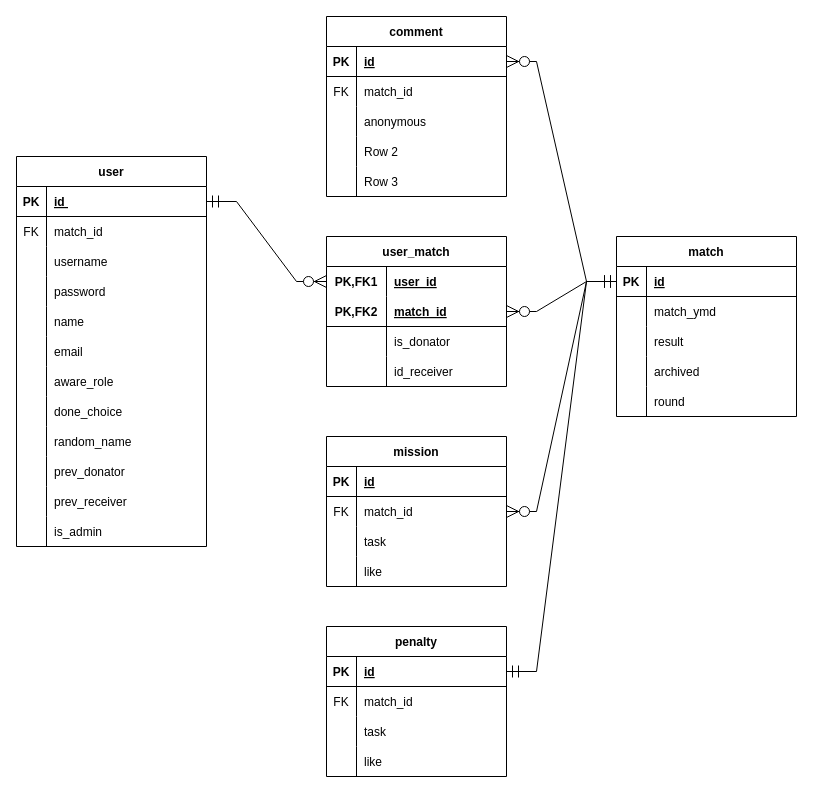
Before: src/main/resources/schema.drawio in kwan9069/manitto, a draw.io diagram. Source tidied: cells renumbered, new cells numbered last; positions are measured from the earlier drawing's top-left corner, leaving out a move shared by most shapes. Both pictures are drawn from the tidied source at 100%, with x=0, y=0 at pixel (16, 16).
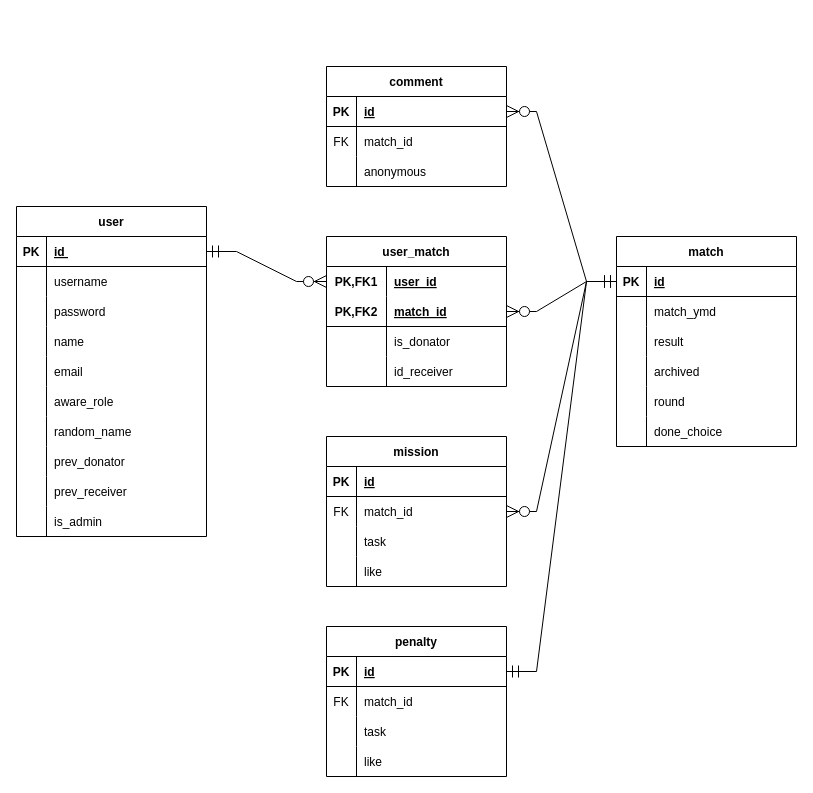
The same page after the edit.

The edit, as a diff of the source:
```diff
@@
     <mxCell id="2" value="user" style="shape=table;startSize=30;childLayout=tableLayout;rowLines=0;fontStyle=1;align=center;" parent="1" vertex="1">
-      <mxGeometry y="140" width="190" height="390" as="geometry" />
+      <mxGeometry y="190" width="190" height="330" as="geometry" />
     </mxCell>
@@
-    <mxCell id="6" style="shape=tableRow;horizontal=0;startSize=0;swimlaneHead=0;swimlaneBody=0;fillColor=none;top=0;left=0;right=0;bottom=0;" parent="2" vertex="1">
-      <mxGeometry y="60" width="190" height="30" as="geometry" />
-    </mxCell>
-    <mxCell id="7" value="FK" style="shape=partialRectangle;fillColor=none;top=0;left=0;bottom=0;right=0;overflow=hidden;" parent="6" vertex="1">
-      <mxGeometry width="30" height="30" as="geometry" />
-    </mxCell>
-    <mxCell id="8" value="match_id" style="shape=partialRectangle;fillColor=none;top=0;left=0;bottom=0;right=0;align=left;spacingLeft=6;overflow=hidden;" parent="6" vertex="1">
-      <mxGeometry x="30" width="160" height="30" as="geometry" />
-    </mxCell>
     <mxCell id="9" style="shape=tableRow;horizontal=0;startSize=0;swimlaneHead=0;swimlaneBody=0;fillColor=none;top=0;left=0;right=0;bottom=0;" parent="2" vertex="1">
-      <mxGeometry y="90" width="190" height="30" as="geometry" />
+      <mxGeometry y="60" width="190" height="30" as="geometry" />
     </mxCell>
@@
     <mxCell id="12" style="shape=tableRow;horizontal=0;startSize=0;swimlaneHead=0;swimlaneBody=0;fillColor=none;top=0;left=0;right=0;bottom=0;" parent="2" vertex="1">
-      <mxGeometry y="120" width="190" height="30" as="geometry" />
+      <mxGeometry y="90" width="190" height="30" as="geometry" />
     </mxCell>
@@
     <mxCell id="15" style="shape=tableRow;horizontal=0;startSize=0;swimlaneHead=0;swimlaneBody=0;fillColor=none;top=0;left=0;right=0;bottom=0;" parent="2" vertex="1">
-      <mxGeometry y="150" width="190" height="30" as="geometry" />
+      <mxGeometry y="120" width="190" height="30" as="geometry" />
     </mxCell>
@@
     <mxCell id="18" style="shape=tableRow;horizontal=0;startSize=0;swimlaneHead=0;swimlaneBody=0;fillColor=none;top=0;left=0;right=0;bottom=0;" parent="2" vertex="1">
-      <mxGeometry y="180" width="190" height="30" as="geometry" />
+      <mxGeometry y="150" width="190" height="30" as="geometry" />
     </mxCell>
@@
     <mxCell id="21" style="shape=tableRow;horizontal=0;startSize=0;swimlaneHead=0;swimlaneBody=0;fillColor=none;top=0;left=0;right=0;bottom=0;" parent="2" vertex="1">
-      <mxGeometry y="210" width="190" height="30" as="geometry" />
+      <mxGeometry y="180" width="190" height="30" as="geometry" />
     </mxCell>
@@
-    <mxCell id="24" style="shape=tableRow;horizontal=0;startSize=0;swimlaneHead=0;swimlaneBody=0;fillColor=none;top=0;left=0;right=0;bottom=0;" parent="2" vertex="1">
-      <mxGeometry y="240" width="190" height="30" as="geometry" />
-    </mxCell>
-    <mxCell id="25" style="shape=partialRectangle;fillColor=none;top=0;left=0;bottom=0;right=0;overflow=hidden;" parent="24" vertex="1">
-      <mxGeometry width="30" height="30" as="geometry" />
-    </mxCell>
-    <mxCell id="26" value="done_choice" style="shape=partialRectangle;fillColor=none;top=0;left=0;bottom=0;right=0;align=left;spacingLeft=6;overflow=hidden;" parent="24" vertex="1">
-      <mxGeometry x="30" width="160" height="30" as="geometry" />
-    </mxCell>
     <mxCell id="27" style="shape=tableRow;horizontal=0;startSize=0;swimlaneHead=0;swimlaneBody=0;fillColor=none;top=0;left=0;right=0;bottom=0;" parent="2" vertex="1">
-      <mxGeometry y="270" width="190" height="30" as="geometry" />
+      <mxGeometry y="210" width="190" height="30" as="geometry" />
     </mxCell>
@@
     <mxCell id="30" style="shape=tableRow;horizontal=0;startSize=0;swimlaneHead=0;swimlaneBody=0;fillColor=none;top=0;left=0;right=0;bottom=0;" parent="2" vertex="1">
-      <mxGeometry y="300" width="190" height="30" as="geometry" />
+      <mxGeometry y="240" width="190" height="30" as="geometry" />
     </mxCell>
@@
     <mxCell id="33" style="shape=tableRow;horizontal=0;startSize=0;swimlaneHead=0;swimlaneBody=0;fillColor=none;top=0;left=0;right=0;bottom=0;" parent="2" vertex="1">
-      <mxGeometry y="330" width="190" height="30" as="geometry" />
+      <mxGeometry y="270" width="190" height="30" as="geometry" />
     </mxCell>
@@
     <mxCell id="36" style="shape=tableRow;horizontal=0;startSize=0;swimlaneHead=0;swimlaneBody=0;fillColor=none;top=0;left=0;right=0;bottom=0;" parent="2" vertex="1">
-      <mxGeometry y="360" width="190" height="30" as="geometry" />
+      <mxGeometry y="300" width="190" height="30" as="geometry" />
     </mxCell>
@@
     <mxCell id="39" value="match" style="shape=table;startSize=30;childLayout=tableLayout;rowLines=0;fontStyle=1;align=center;" parent="1" vertex="1">
-      <mxGeometry x="600" y="220" width="180" height="180" as="geometry" />
+      <mxGeometry x="600" y="220" width="180" height="210" as="geometry" />
     </mxCell>
@@
+    <mxCell id="115" style="shape=tableRow;horizontal=0;startSize=0;swimlaneHead=0;swimlaneBody=0;fillColor=none;top=0;left=0;right=0;bottom=0;" parent="39" vertex="1">
+      <mxGeometry y="180" width="180" height="30" as="geometry" />
+    </mxCell>
+    <mxCell id="116" style="shape=partialRectangle;fillColor=none;top=0;left=0;bottom=0;right=0;overflow=hidden;" parent="115" vertex="1">
+      <mxGeometry width="30" height="30" as="geometry" />
+    </mxCell>
+    <mxCell id="26" value="done_choice" style="shape=partialRectangle;fillColor=none;top=0;left=0;bottom=0;right=0;align=left;spacingLeft=6;overflow=hidden;" parent="115" vertex="1">
+      <mxGeometry x="30" width="150" height="30" as="geometry" />
+    </mxCell>
@@
     <mxCell id="97" value="comment" style="shape=table;startSize=30;childLayout=tableLayout;rowLines=0;fontStyle=1;align=center;" parent="1" vertex="1">
-      <mxGeometry x="310" width="180" height="180" as="geometry" />
+      <mxGeometry x="310" y="50" width="180" height="120" as="geometry" />
     </mxCell>
@@
-    <mxCell id="107" style="shape=tableRow;horizontal=0;startSize=0;swimlaneHead=0;swimlaneBody=0;fillColor=none;top=0;left=0;right=0;bottom=0;" parent="97" vertex="1">
-      <mxGeometry y="120" width="180" height="30" as="geometry" />
-    </mxCell>
-    <mxCell id="108" style="shape=partialRectangle;fillColor=none;top=0;left=0;bottom=0;right=0;overflow=hidden;" parent="107" vertex="1">
-      <mxGeometry width="30" height="30" as="geometry" />
-    </mxCell>
-    <mxCell id="109" value="Row 2" style="shape=partialRectangle;fillColor=none;top=0;left=0;bottom=0;right=0;align=left;spacingLeft=6;overflow=hidden;" parent="107" vertex="1">
-      <mxGeometry x="30" width="150" height="30" as="geometry" />
-    </mxCell>
-    <mxCell id="110" style="shape=tableRow;horizontal=0;startSize=0;swimlaneHead=0;swimlaneBody=0;fillColor=none;top=0;left=0;right=0;bottom=0;" parent="97" vertex="1">
-      <mxGeometry y="150" width="180" height="30" as="geometry" />
-    </mxCell>
-    <mxCell id="111" style="shape=partialRectangle;fillColor=none;top=0;left=0;bottom=0;right=0;overflow=hidden;" parent="110" vertex="1">
-      <mxGeometry width="30" height="30" as="geometry" />
-    </mxCell>
-    <mxCell id="112" value="Row 3" style="shape=partialRectangle;fillColor=none;top=0;left=0;bottom=0;right=0;align=left;spacingLeft=6;overflow=hidden;" parent="110" vertex="1">
-      <mxGeometry x="30" width="150" height="30" as="geometry" />
-    </mxCell>
```
